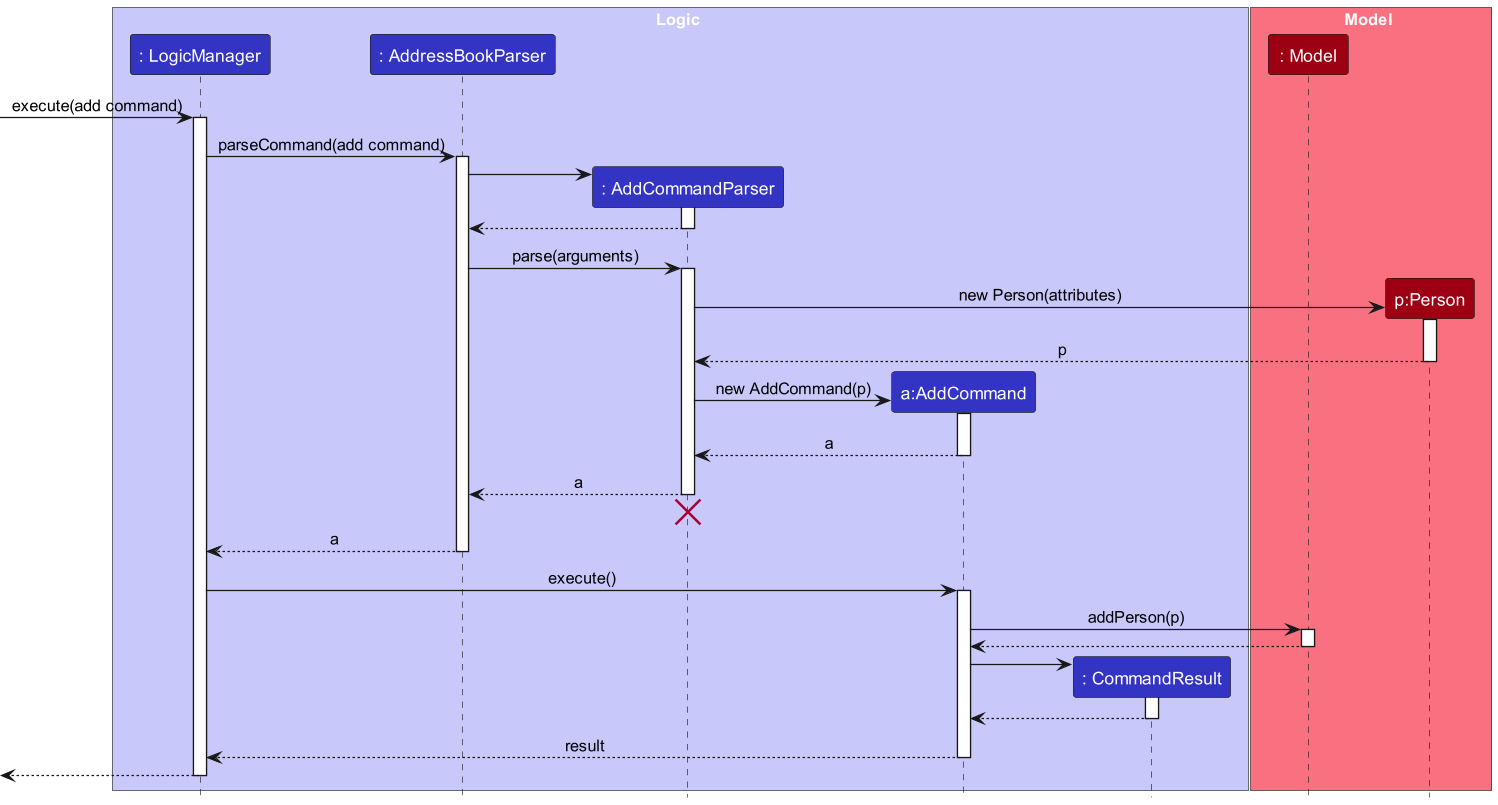
nus-cs2103-AY2324S1/tp keeps this PlantUML diagram as docs/images/AddSequenceDiagram.png. Above is the earlier version. Its source is kept beside it as docs/diagrams/AddSequenceDiagram.puml.
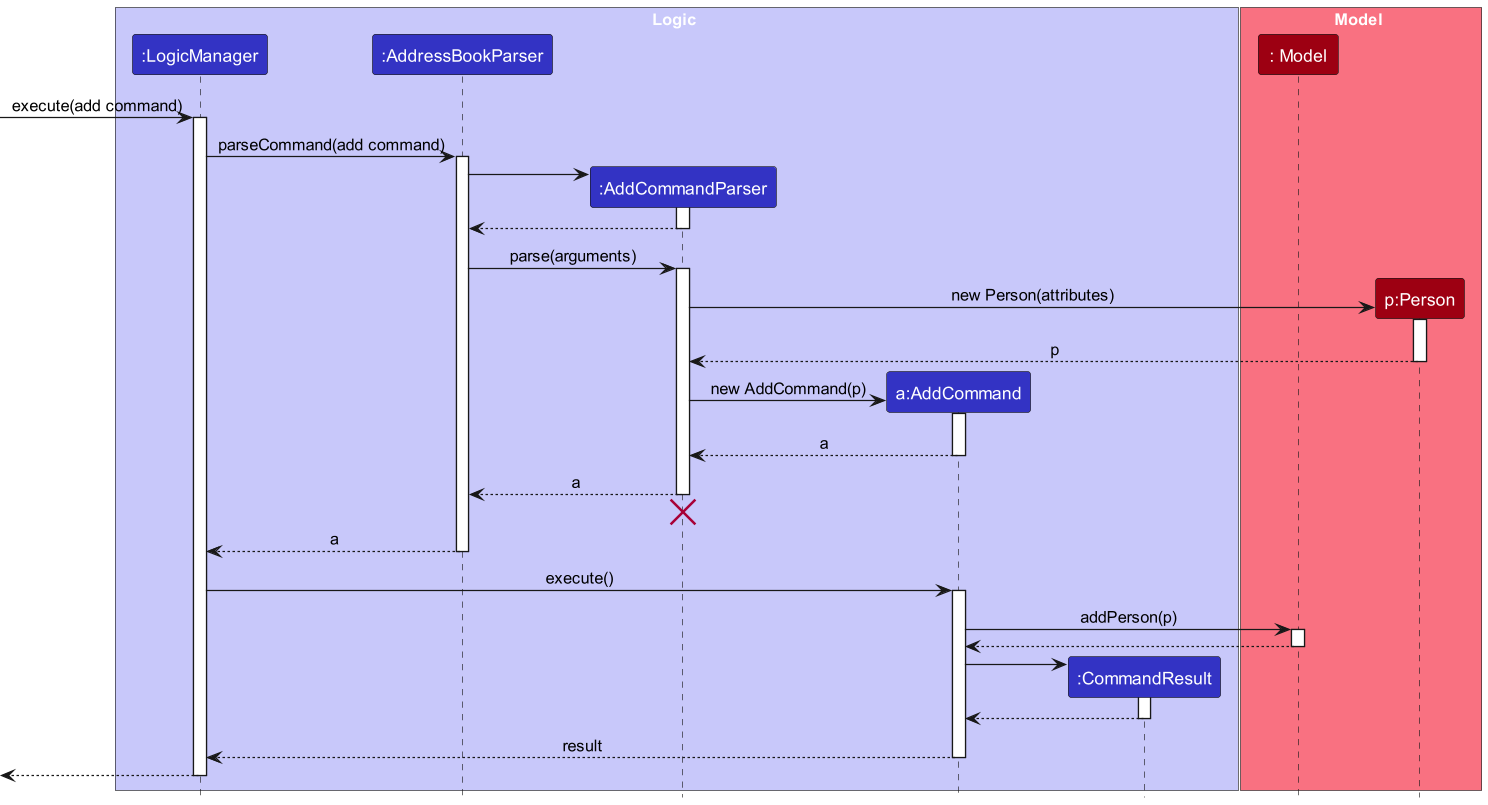
The same file after the commit.

Commit message:
Update sort design implementation and diagram in DG

The edit, as a diff of the source:
```diff
@@ -3,11 +3,11 @@
 skinparam ArrowFontStyle plain
 
 box Logic LOGIC_COLOR_T1
-participant ": LogicManager" as LogicManager LOGIC_COLOR
-participant ": AddressBookParser" as AddressBookParser LOGIC_COLOR
-participant ": AddCommandParser" as AddCommandParser LOGIC_COLOR
+participant ":LogicManager" as LogicManager LOGIC_COLOR
+participant ":AddressBookParser" as AddressBookParser LOGIC_COLOR
+participant ":AddCommandParser" as AddCommandParser LOGIC_COLOR
 participant "a:AddCommand" as AddCommand LOGIC_COLOR
-participant ": CommandResult" as CommandResult LOGIC_COLOR
+participant ":CommandResult" as CommandResult LOGIC_COLOR
 end box
 
 box Model MODEL_COLOR_T1
```
